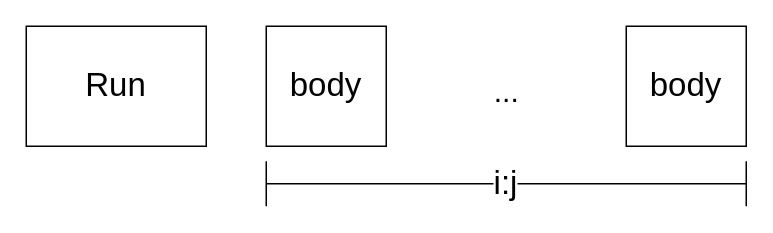
The draw.io diagram page "Run" (2 of 8) of figures/Looplets.drawio in willow-ahrens/FinchSystemPaper, before the edit. Source tidied: cells renumbered, new cells numbered last; positions are measured from the earlier drawing's top-left corner, leaving out a move shared by most shapes. Both pictures are drawn from the tidied source at 150%, with x=0, y=0 at pixel (26, 26).
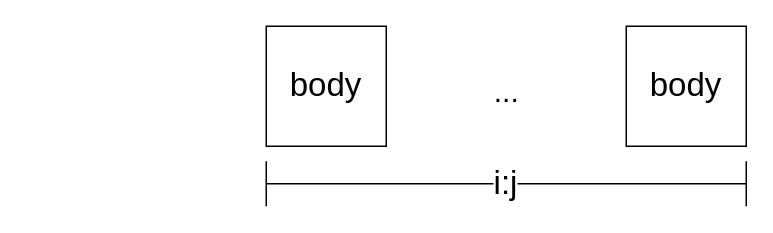
The same page after the edit.

What changed in the source:
```diff
@@
 <mxGraphModel>
   <root>
     <mxCell id="0" />
     <mxCell id="1" parent="0" />
     <mxCell id="2" value="body" style="whiteSpace=wrap;html=1;fontSize=22;" parent="1" vertex="1">
       <mxGeometry x="160" width="80" height="80" as="geometry" />
     </mxCell>
-    <mxCell id="3" value="Run" style="whiteSpace=wrap;html=1;fontSize=22;" parent="1" vertex="1">
-      <mxGeometry width="120" height="80" as="geometry" />
-    </mxCell>
     <mxCell id="4" value="i:j" style="shape=crossbar;whiteSpace=wrap;html=1;rounded=1;fontSize=22;labelBackgroundColor=default;" parent="1" vertex="1">
       <mxGeometry x="160" y="90" width="320" height="30" as="geometry" />
     </mxCell>
     <mxCell id="5" value="body" style="whiteSpace=wrap;html=1;fontSize=22;" parent="1" vertex="1">
       <mxGeometry x="400" width="80" height="80" as="geometry" />
     </mxCell>
     <mxCell id="6" value="..." style="text;html=1;align=center;verticalAlign=middle;strokeColor=none;fillColor=none;fontSize=20;" parent="1" vertex="1">
       <mxGeometry x="300" y="23" width="40" height="40" as="geometry" />
     </mxCell>
   </root>
 </mxGraphModel>
```
